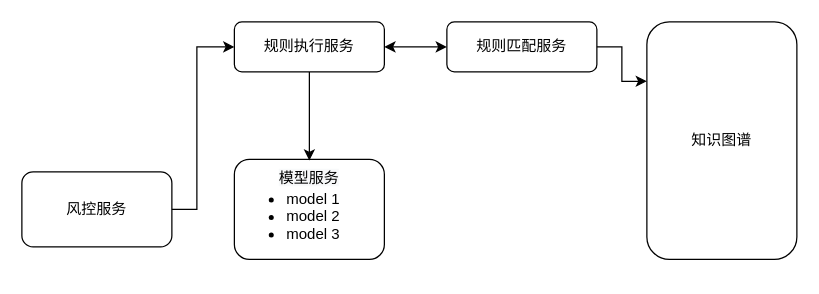
Above: 风控/风控引擎架构.drawio in XiaoLiuAI/diagrams (draw.io), before the change. Source tidied: cells renumbered, new cells numbered last; positions are measured from the earlier drawing's top-left corner, leaving out a move shared by most shapes. Both pictures are drawn from the tidied source at 125%, with x=0, y=0 at pixel (21, 21).
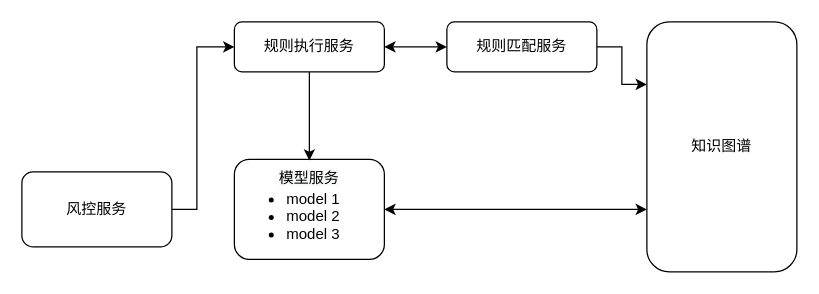
After the change.

Commit message (it also covers changes not shown here):
更新风控引擎架构.drawio

Diff of the diagram source:
```diff
@@
 <mxGraphModel>
   <root>
     <mxCell id="0" />
     <mxCell id="1" parent="0" />
     <mxCell id="2" value="规则执行服务" style="rounded=1;whiteSpace=wrap;html=1;" parent="1" vertex="1">
       <mxGeometry x="170" width="120" height="40" as="geometry" />
     </mxCell>
     <mxCell id="3" value="规则匹配服务" style="rounded=1;whiteSpace=wrap;html=1;" parent="1" vertex="1">
       <mxGeometry x="340" width="120" height="40" as="geometry" />
     </mxCell>
     <mxCell id="4" style="group;" parent="1" vertex="1">
       <mxGeometry x="170" y="110" width="120" height="80" as="geometry" />
     </mxCell>
     <mxCell id="5" style="rounded=1;whiteSpace=wrap;html=1;" parent="4" vertex="1">
       <mxGeometry width="120" height="80" as="geometry" />
     </mxCell>
     <mxCell id="6" value="&lt;span style=&quot;color: rgb(0, 0, 0); font-family: Helvetica; font-size: 12px; font-style: normal; font-variant-ligatures: normal; font-variant-caps: normal; font-weight: 400; letter-spacing: normal; orphans: 2; text-indent: 0px; text-transform: none; widows: 2; word-spacing: 0px; -webkit-text-stroke-width: 0px; background-color: rgb(248, 249, 250); text-decoration-thickness: initial; text-decoration-style: initial; text-decoration-color: initial; float: none; display: inline !important;&quot;&gt;模型服务&lt;/span&gt;" style="text;whiteSpace=wrap;html=1;align=center;" parent="4" vertex="1">
       <mxGeometry x="20" y="1" width="80" height="20" as="geometry" />
     </mxCell>
     <mxCell id="7" value="&lt;ul&gt;&lt;li&gt;model 1&lt;/li&gt;&lt;li&gt;model 2&lt;/li&gt;&lt;li&gt;model 3&lt;/li&gt;&lt;/ul&gt;" style="text;strokeColor=none;fillColor=none;html=1;whiteSpace=wrap;verticalAlign=middle;overflow=hidden;" parent="4" vertex="1">
       <mxGeometry y="10" width="120" height="60" as="geometry" />
     </mxCell>
     <mxCell id="8" value="风控服务" style="rounded=1;whiteSpace=wrap;html=1;" parent="1" vertex="1">
       <mxGeometry y="120" width="120" height="60" as="geometry" />
     </mxCell>
     <mxCell id="9" style="edgeStyle=elbowEdgeStyle;elbow=horizontal;endArrow=classic;html=1;rounded=0;entryX=0;entryY=0.5;entryDx=0;entryDy=0;" parent="1" edge="1" target="2">
       <mxGeometry relative="1" as="geometry">
         <mxPoint x="120" y="150" as="sourcePoint" />
         <Array as="points">
           <mxPoint x="140" y="70" />
         </Array>
       </mxGeometry>
     </mxCell>
     <mxCell id="10" style="endArrow=classic;html=1;rounded=0;exitX=0.5;exitY=1;exitDx=0;exitDy=0;entryX=0.5;entryY=0;entryDx=0;entryDy=0;" parent="1" edge="1" source="2" target="6">
       <mxGeometry relative="1" as="geometry" />
     </mxCell>
     <mxCell id="11" style="endArrow=classic;startArrow=classic;html=1;rounded=0;entryX=0;entryY=0.5;entryDx=0;entryDy=0;exitX=1;exitY=0.5;exitDx=0;exitDy=0;" parent="1" edge="1" source="2" target="3">
       <mxGeometry relative="1" as="geometry" />
     </mxCell>
     <mxCell id="12" value="知识图谱" style="rounded=1;whiteSpace=wrap;html=1;" parent="1" vertex="1">
-      <mxGeometry x="500" width="120" height="190" as="geometry" />
+      <mxGeometry x="500" width="120" height="200" as="geometry" />
     </mxCell>
     <mxCell id="13" style="edgeStyle=elbowEdgeStyle;elbow=horizontal;endArrow=classic;html=1;rounded=0;entryX=0;entryY=0.25;entryDx=0;entryDy=0;" parent="1" edge="1" source="3" target="12">
       <mxGeometry relative="1" as="geometry" />
     </mxCell>
+    <mxCell id="14" style="endArrow=classic;startArrow=classic;html=1;rounded=0;entryX=0;entryY=0.75;entryDx=0;entryDy=0;exitX=1;exitY=0.5;exitDx=0;exitDy=0;" parent="1" edge="1" source="7" target="12">
+      <mxGeometry relative="1" as="geometry" />
+    </mxCell>
   </root>
 </mxGraphModel>
```
